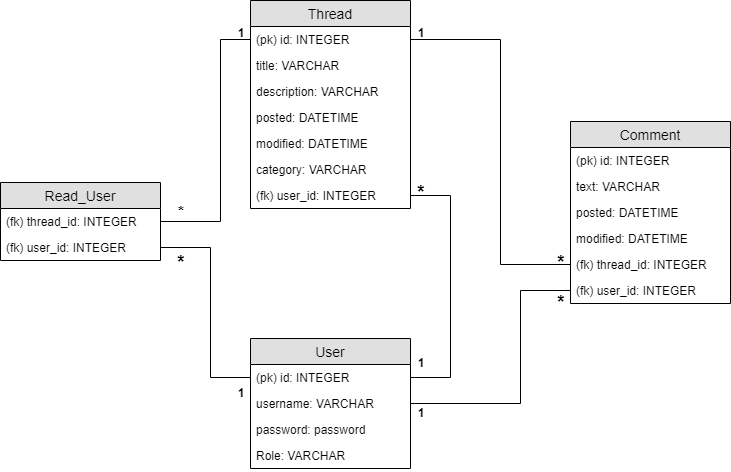
Earlier version of the draw.io export documentation/pics/tsohaDB.png (lehtoneo/keskustelufoorumi). Source tidied: cells renumbered, new cells last; positions are measured from the earlier drawing's top-left corner, leaving out a move shared by most shapes.
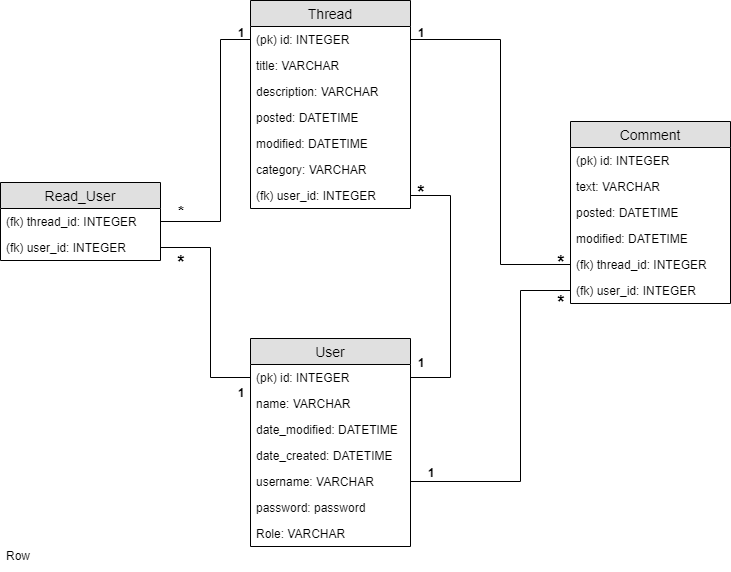
The same file after the commit.

What changed in the source:
```diff
@@ -48,19 +48,28 @@
       <mxGeometry y="156" width="160" height="26" as="geometry" />
     </mxCell>
     <mxCell id="17" value="User" style="swimlane;fontStyle=0;horizontal=1;startSize=26;fillColor=#e0e0e0;swimlaneFillColor=#ffffff;align=center;fontSize=14;" parent="1" vertex="1">
-      <mxGeometry x="250" y="338" width="160" height="130" as="geometry" />
+      <mxGeometry x="250" y="338" width="160" height="208" as="geometry" />
     </mxCell>
     <mxCell id="18" value="(pk) id: INTEGER" style="text;strokeColor=none;fillColor=none;spacingLeft=4;spacingRight=4;overflow=hidden;points=[[0,0.5],[1,0.5]];portConstraint=eastwest;fontSize=12;" parent="17" vertex="1">
       <mxGeometry y="26" width="160" height="26" as="geometry" />
     </mxCell>
+    <mxCell id="40" value="name: VARCHAR" style="text;strokeColor=none;fillColor=none;spacingLeft=4;spacingRight=4;overflow=hidden;fontSize=12;" parent="17" vertex="1">
+      <mxGeometry y="52" width="160" height="26" as="geometry" />
+    </mxCell>
+    <mxCell id="41" value="date_modified: DATETIME" style="text;strokeColor=none;fillColor=none;spacingLeft=4;spacingRight=4;overflow=hidden;fontSize=12;" parent="17" vertex="1">
+      <mxGeometry y="78" width="160" height="26" as="geometry" />
+    </mxCell>
+    <mxCell id="42" value="date_created: DATETIME" style="text;strokeColor=none;fillColor=none;spacingLeft=4;spacingRight=4;overflow=hidden;fontSize=12;" parent="17" vertex="1">
+      <mxGeometry y="104" width="160" height="26" as="geometry" />
+    </mxCell>
     <mxCell id="19" value="username: VARCHAR" style="text;strokeColor=none;fillColor=none;spacingLeft=4;spacingRight=4;overflow=hidden;points=[[0,0.5],[1,0.5]];portConstraint=eastwest;fontSize=12;" parent="17" vertex="1">
-      <mxGeometry y="52" width="160" height="26" as="geometry" />
+      <mxGeometry y="130" width="160" height="26" as="geometry" />
     </mxCell>
     <mxCell id="20" value="password: password" style="text;strokeColor=none;fillColor=none;spacingLeft=4;spacingRight=4;overflow=hidden;fontSize=12;align=left;" parent="17" vertex="1">
-      <mxGeometry y="78" width="160" height="26" as="geometry" />
+      <mxGeometry y="156" width="160" height="26" as="geometry" />
     </mxCell>
     <mxCell id="21" value="Role: VARCHAR" style="text;strokeColor=none;fillColor=none;spacingLeft=4;spacingRight=4;overflow=hidden;fontSize=12;align=left;" parent="17" vertex="1">
-      <mxGeometry y="104" width="160" height="26" as="geometry" />
+      <mxGeometry y="182" width="160" height="26" as="geometry" />
     </mxCell>
     <mxCell id="22" value="Read_User" style="swimlane;fontStyle=0;horizontal=1;startSize=26;fillColor=#e0e0e0;swimlaneFillColor=#ffffff;align=center;fontSize=14;" parent="1" vertex="1">
       <mxGeometry y="182" width="160" height="78" as="geometry" />
@@ -106,7 +115,7 @@
     <mxCell id="29" style="endArrow=none;html=1;rounded=0;exitX=1;exitY=0.5;exitDx=0;exitDy=0;entryX=0;entryY=0.5;entryDx=0;entryDy=0;" parent="1" edge="1" source="19" target="16">
       <mxGeometry relative="1" as="geometry">
         <Array as="points">
-          <mxPoint x="520" y="403" />
+          <mxPoint x="520" y="481" />
           <mxPoint x="520" y="290" />
         </Array>
       </mxGeometry>
@@ -121,7 +130,7 @@
       <mxGeometry x="400" y="352" width="40" height="20" as="geometry" />
     </mxCell>
     <mxCell id="33" value="&lt;b&gt;1&lt;/b&gt;" style="text;html=1;strokeColor=none;fillColor=none;align=center;verticalAlign=middle;whiteSpace=wrap;rounded=0;" parent="1" vertex="1">
-      <mxGeometry x="400" y="402" width="40" height="20" as="geometry" />
+      <mxGeometry x="410" y="462" width="40" height="20" as="geometry" />
     </mxCell>
     <mxCell id="34" value="&lt;b&gt;1&lt;/b&gt;" style="text;html=1;strokeColor=none;fillColor=none;align=center;verticalAlign=middle;whiteSpace=wrap;rounded=0;" parent="1" vertex="1">
       <mxGeometry x="220" y="382" width="40" height="20" as="geometry" />
@@ -141,5 +150,8 @@
     <mxCell id="39" value="*" style="text;html=1;strokeColor=none;fillColor=none;align=center;verticalAlign=middle;whiteSpace=wrap;rounded=0;fontSize=19;fontStyle=1;" parent="1" vertex="1">
       <mxGeometry x="400" y="182" width="40" height="20" as="geometry" />
     </mxCell>
+    <mxCell id="43" value="Row" style="text;strokeColor=none;fillColor=none;spacingLeft=4;spacingRight=4;overflow=hidden;fontSize=12;" parent="1" vertex="1">
+      <mxGeometry y="542" width="40" height="26" as="geometry" />
+    </mxCell>
   </root>
 </mxGraphModel>
```
